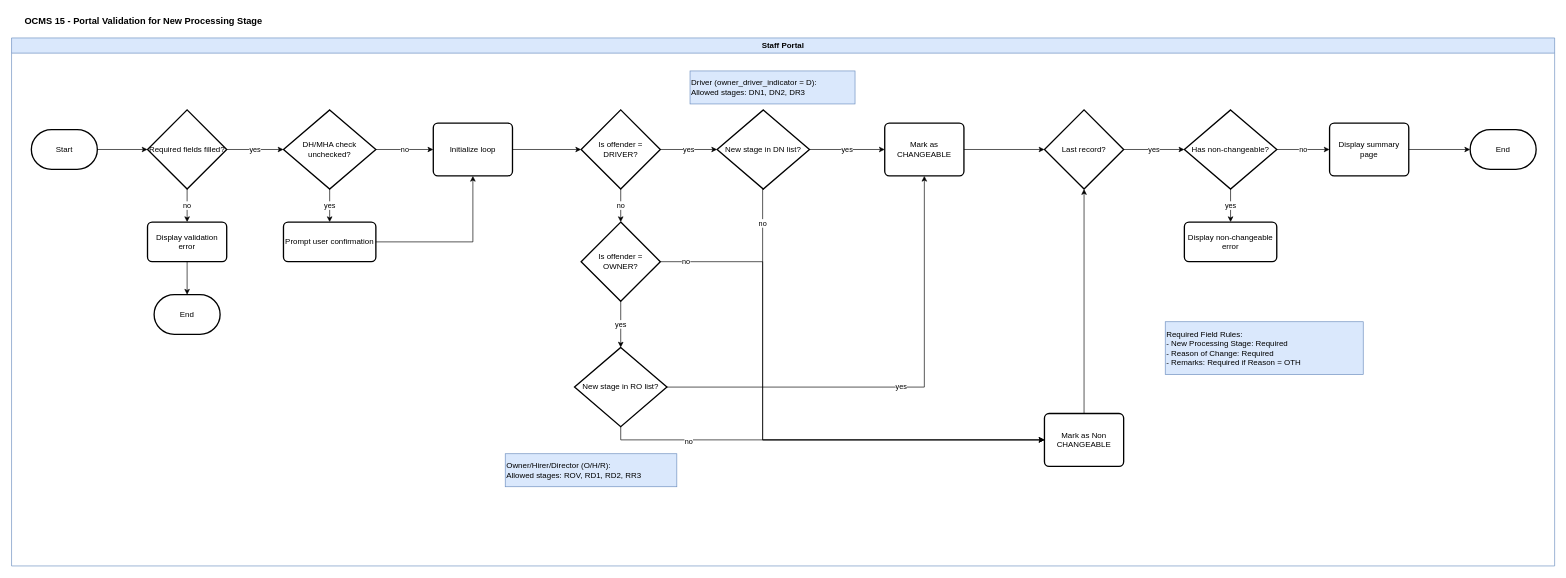
The draw.io diagram page "Section_1_Portal_Validation" (3 of 9) of OCMS 15/OCMS15-Technical_Flowchart.drawio in rafifmgg/techdoc, before the edit. Source tidied: cells renumbered, new cells numbered last; positions are measured from the earlier drawing's top-left corner, leaving out a move shared by most shapes. Both pictures are drawn from the tidied source at 66%, with x=0, y=0 at pixel (11, 11).
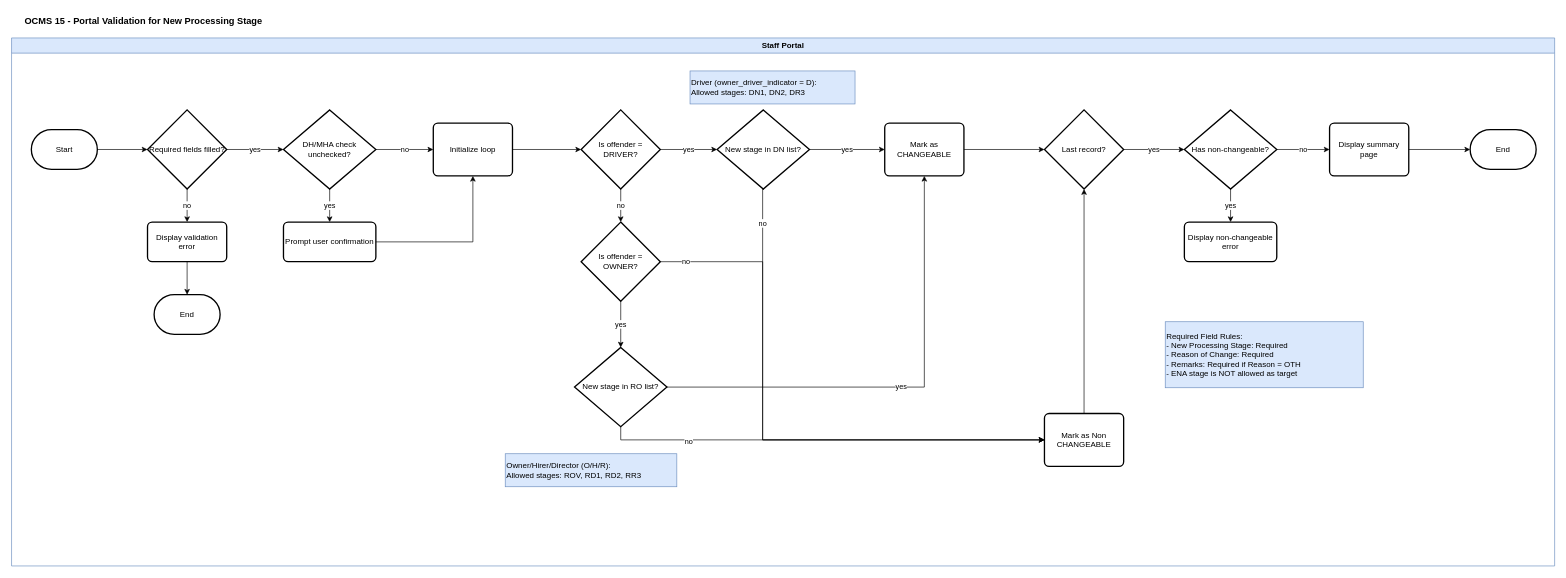
The same diagram, later.

Unchanged cells that the change refers to:
```xml
<mxCell id="3" value="Staff Portal" style="swimlane;whiteSpace=wrap;html=1;fillColor=#dae8fc;strokeColor=#6c8ebf;" parent="1" vertex="1">
  <mxGeometry y="40" width="2338" height="800" as="geometry" />
</mxCell>
```

The edit, as a diff of the source:
```diff
@@
-    <mxCell id="24" value="Required Field Rules:&lt;br/&gt;- New Processing Stage: Required&lt;br/&gt;- Reason of Change: Required&lt;br/&gt;- Remarks: Required if Reason = OTH" style="text;html=1;whiteSpace=wrap;strokeColor=#6c8ebf;fillColor=#dae8fc;align=left;verticalAlign=middle;rounded=0;" parent="3" vertex="1">
-      <mxGeometry x="1748" y="430" width="300" height="80" as="geometry" />
+    <mxCell id="24" value="Required Field Rules:&lt;br/&gt;- New Processing Stage: Required&lt;br/&gt;- Reason of Change: Required&lt;br/&gt;- Remarks: Required if Reason = OTH&lt;br/&gt;- ENA stage is NOT allowed as target" style="text;html=1;whiteSpace=wrap;strokeColor=#6c8ebf;fillColor=#dae8fc;align=left;verticalAlign=middle;rounded=0;" parent="3" vertex="1">
+      <mxGeometry x="1748" y="430" width="300" height="100" as="geometry" />
     </mxCell>
```
